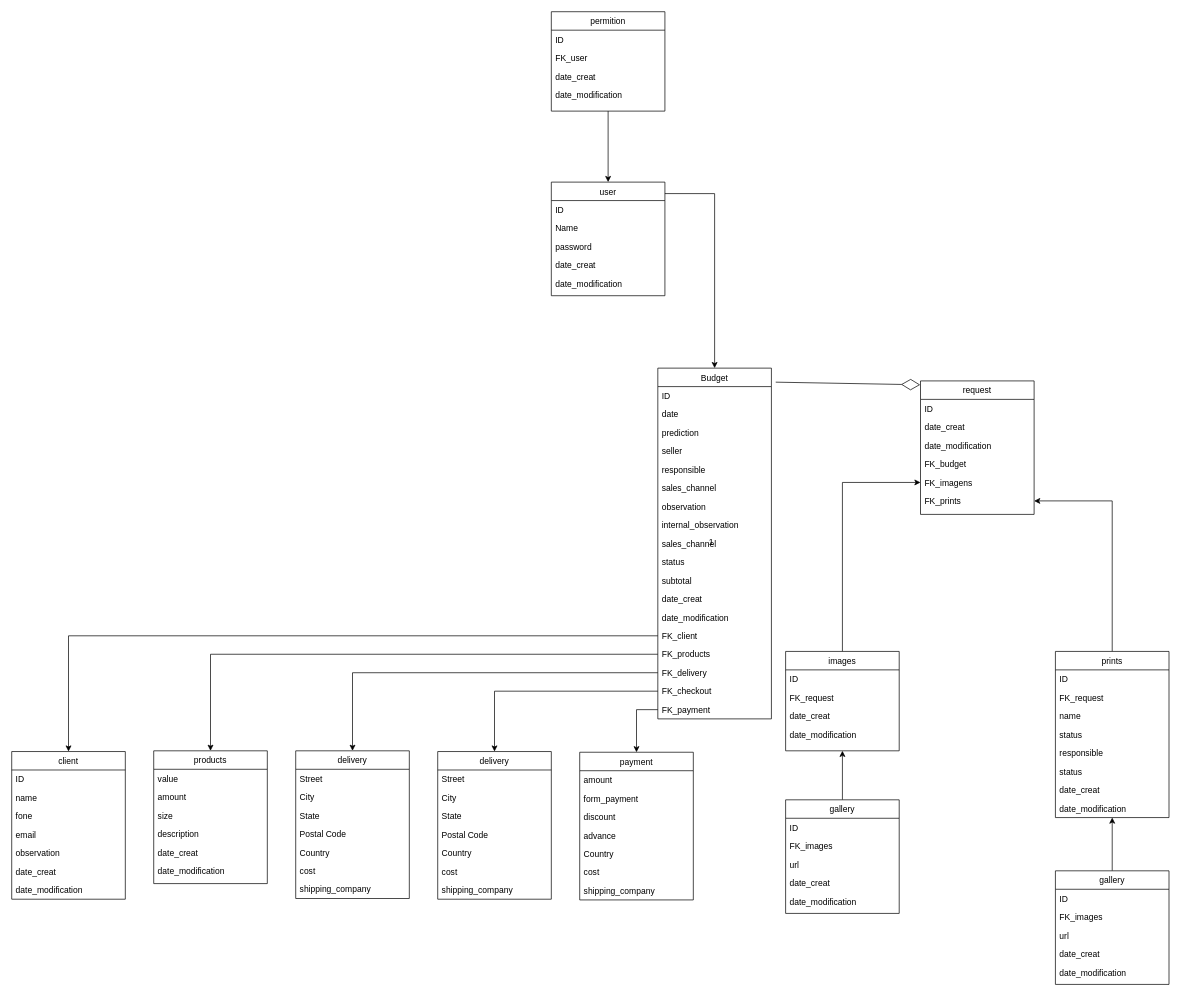
Earlier version of the draw.io diagram Diagrama sem nome.drawio (Ninguem2k/Aula-platica-POO-JAVA). Source tidied: cells renumbered, new cells numbered last; positions are measured from the earlier drawing's top-left corner, leaving out a move shared by most shapes. Both pictures are drawn from the tidied source at 71%, with x=0, y=0 at pixel (11, 11).
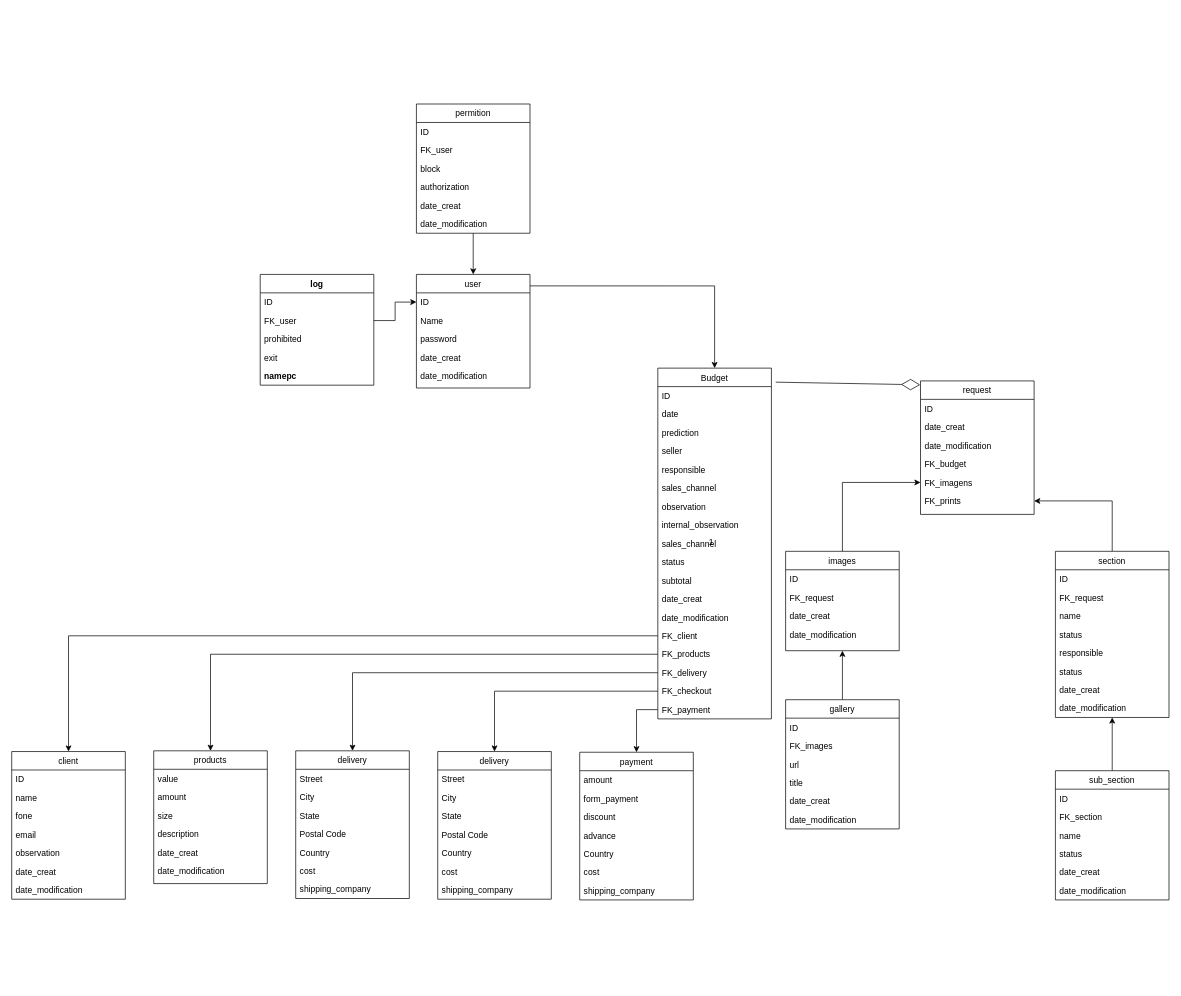
After the change.

Unchanged cells that the change refers to:
```xml
<mxCell id="106" value="ID" style="text;align=left;verticalAlign=top;spacingLeft=4;spacingRight=4;overflow=hidden;points=[[0,0.5],[1,0.5]];portConstraint=eastwest;" parent="105" vertex="1">
  <mxGeometry y="26" width="160" height="26" as="geometry" />
</mxCell>
```

Diff of the diagram source:
```diff
@@
     <mxCell id="3" value="gallery" style="swimlane;fontStyle=0;align=center;verticalAlign=top;horizontal=1;startSize=26;rounded=0;shadow=0;strokeWidth=1;" parent="1" vertex="1">
-      <mxGeometry x="1090" y="1110" width="160" height="160" as="geometry" />
+      <mxGeometry x="1090" y="969" width="160" height="182" as="geometry" />
     </mxCell>
@@
+    <mxCell id="117" value="title" style="text;align=left;verticalAlign=top;spacingLeft=4;spacingRight=4;overflow=hidden;rounded=0;shadow=0;html=0;" parent="3" vertex="1">
+      <mxGeometry y="104" width="160" height="26" as="geometry" />
+    </mxCell>
     <mxCell id="7" value="date_creat" style="text;align=left;verticalAlign=top;spacingLeft=4;spacingRight=4;overflow=hidden;rounded=0;shadow=0;html=0;" parent="3" vertex="1">
-      <mxGeometry y="104" width="160" height="26" as="geometry" />
+      <mxGeometry y="130" width="160" height="26" as="geometry" />
     </mxCell>
     <mxCell id="8" value="date_modification" style="text;align=left;verticalAlign=top;spacingLeft=4;spacingRight=4;overflow=hidden;rounded=0;shadow=0;html=0;" parent="3" vertex="1">
-      <mxGeometry y="130" width="160" height="26" as="geometry" />
+      <mxGeometry y="156" width="160" height="26" as="geometry" />
     </mxCell>
@@
     <mxCell id="30" value="images" style="swimlane;fontStyle=0;align=center;verticalAlign=top;horizontal=1;startSize=26;rounded=0;shadow=0;strokeWidth=1;" parent="1" vertex="1">
-      <mxGeometry x="1090" y="901" width="160" height="140" as="geometry" />
+      <mxGeometry x="1090" y="760" width="160" height="140" as="geometry" />
     </mxCell>
@@
-    <mxCell id="88" value="gallery" style="swimlane;fontStyle=0;align=center;verticalAlign=top;horizontal=1;startSize=26;rounded=0;shadow=0;strokeWidth=1;" parent="1" vertex="1">
-      <mxGeometry x="1470" y="1210" width="160" height="160" as="geometry" />
+    <mxCell id="88" value="sub_section" style="swimlane;fontStyle=0;align=center;verticalAlign=top;horizontal=1;startSize=26;rounded=0;shadow=0;strokeWidth=1;" parent="1" vertex="1">
+      <mxGeometry x="1470" y="1069" width="160" height="182" as="geometry" />
     </mxCell>
@@
-    <mxCell id="90" value="FK_images" style="text;align=left;verticalAlign=top;spacingLeft=4;spacingRight=4;overflow=hidden;rounded=0;shadow=0;html=0;" parent="88" vertex="1">
+    <mxCell id="90" value="FK_section" style="text;align=left;verticalAlign=top;spacingLeft=4;spacingRight=4;overflow=hidden;rounded=0;shadow=0;html=0;" parent="88" vertex="1">
       <mxGeometry y="52" width="160" height="26" as="geometry" />
     </mxCell>
-    <mxCell id="91" value="url" style="text;align=left;verticalAlign=top;spacingLeft=4;spacingRight=4;overflow=hidden;rounded=0;shadow=0;html=0;" parent="88" vertex="1">
+    <mxCell id="91" value="name" style="text;align=left;verticalAlign=top;spacingLeft=4;spacingRight=4;overflow=hidden;rounded=0;shadow=0;html=0;" parent="88" vertex="1">
       <mxGeometry y="78" width="160" height="26" as="geometry" />
     </mxCell>
+    <mxCell id="118" value="status" style="text;align=left;verticalAlign=top;spacingLeft=4;spacingRight=4;overflow=hidden;rounded=0;shadow=0;html=0;" parent="88" vertex="1">
+      <mxGeometry y="104" width="160" height="26" as="geometry" />
+    </mxCell>
     <mxCell id="92" value="date_creat" style="text;align=left;verticalAlign=top;spacingLeft=4;spacingRight=4;overflow=hidden;rounded=0;shadow=0;html=0;" parent="88" vertex="1">
-      <mxGeometry y="104" width="160" height="26" as="geometry" />
+      <mxGeometry y="130" width="160" height="26" as="geometry" />
     </mxCell>
     <mxCell id="93" value="date_modification" style="text;align=left;verticalAlign=top;spacingLeft=4;spacingRight=4;overflow=hidden;rounded=0;shadow=0;html=0;" parent="88" vertex="1">
-      <mxGeometry y="130" width="160" height="26" as="geometry" />
+      <mxGeometry y="156" width="160" height="26" as="geometry" />
     </mxCell>
@@
-    <mxCell id="95" value="prints" style="swimlane;fontStyle=0;align=center;verticalAlign=top;horizontal=1;startSize=26;rounded=0;shadow=0;strokeWidth=1;" parent="1" vertex="1">
-      <mxGeometry x="1470" y="901" width="160" height="234" as="geometry" />
+    <mxCell id="95" value="section" style="swimlane;fontStyle=0;align=center;verticalAlign=top;horizontal=1;startSize=26;rounded=0;shadow=0;strokeWidth=1;" parent="1" vertex="1">
+      <mxGeometry x="1470" y="760" width="160" height="234" as="geometry" />
     </mxCell>
@@
     <mxCell id="105" value="user&#10;" style="swimlane;fontStyle=0;align=center;verticalAlign=top;horizontal=1;startSize=26;rounded=0;shadow=0;strokeWidth=1;" parent="1" vertex="1">
-      <mxGeometry x="760" y="240" width="160" height="160" as="geometry" />
+      <mxGeometry x="570" y="370" width="160" height="160" as="geometry" />
     </mxCell>
@@
     <mxCell id="112" value="permition" style="swimlane;fontStyle=0;align=center;verticalAlign=top;horizontal=1;startSize=26;rounded=0;shadow=0;strokeWidth=1;" parent="1" vertex="1">
-      <mxGeometry x="760" width="160" height="140" as="geometry" />
+      <mxGeometry x="570" y="130" width="160" height="182" as="geometry" />
     </mxCell>
@@
+    <mxCell id="119" value="block" style="text;align=left;verticalAlign=top;spacingLeft=4;spacingRight=4;overflow=hidden;rounded=0;shadow=0;html=0;" parent="112" vertex="1">
+      <mxGeometry y="78" width="160" height="26" as="geometry" />
+    </mxCell>
+    <mxCell id="120" value="authorization" style="text;align=left;verticalAlign=top;spacingLeft=4;spacingRight=4;overflow=hidden;rounded=0;shadow=0;html=0;" parent="112" vertex="1">
+      <mxGeometry y="104" width="160" height="26" as="geometry" />
+    </mxCell>
     <mxCell id="115" value="date_creat" style="text;align=left;verticalAlign=top;spacingLeft=4;spacingRight=4;overflow=hidden;rounded=0;shadow=0;html=0;" parent="112" vertex="1">
-      <mxGeometry y="78" width="160" height="26" as="geometry" />
+      <mxGeometry y="130" width="160" height="26" as="geometry" />
     </mxCell>
     <mxCell id="116" value="date_modification" style="text;align=left;verticalAlign=top;spacingLeft=4;spacingRight=4;overflow=hidden;rounded=0;shadow=0;html=0;" parent="112" vertex="1">
-      <mxGeometry y="104" width="160" height="26" as="geometry" />
+      <mxGeometry y="156" width="160" height="26" as="geometry" />
     </mxCell>
+    <mxCell id="121" value="log" style="swimlane;fontStyle=1;align=center;verticalAlign=top;horizontal=1;startSize=26;rounded=0;shadow=0;strokeWidth=1;" parent="1" vertex="1">
+      <mxGeometry x="350" y="370" width="160" height="156" as="geometry" />
+    </mxCell>
+    <mxCell id="122" value="ID" style="text;align=left;verticalAlign=top;spacingLeft=4;spacingRight=4;overflow=hidden;" parent="121" vertex="1">
+      <mxGeometry y="26" width="160" height="26" as="geometry" />
+    </mxCell>
+    <mxCell id="123" value="FK_user" style="text;align=left;verticalAlign=top;spacingLeft=4;spacingRight=4;overflow=hidden;points=[[0,0.5],[1,0.5]];portConstraint=eastwest;" parent="121" vertex="1">
+      <mxGeometry y="52" width="160" height="26" as="geometry" />
+    </mxCell>
+    <mxCell id="124" value="prohibited" style="text;align=left;verticalAlign=top;spacingLeft=4;spacingRight=4;overflow=hidden;" parent="121" vertex="1">
+      <mxGeometry y="78" width="160" height="26" as="geometry" />
+    </mxCell>
+    <mxCell id="125" value="exit" style="text;align=left;verticalAlign=top;spacingLeft=4;spacingRight=4;overflow=hidden;rounded=0;shadow=0;html=0;" parent="121" vertex="1">
+      <mxGeometry y="104" width="160" height="26" as="geometry" />
+    </mxCell>
+    <mxCell id="126" value="namepc" style="text;align=left;verticalAlign=top;spacingLeft=4;spacingRight=4;overflow=hidden;rounded=0;shadow=0;html=0;fontStyle=1;" parent="121" vertex="1">
+      <mxGeometry y="130" width="160" height="26" as="geometry" />
+    </mxCell>
+    <mxCell id="127" style="edgeStyle=orthogonalEdgeStyle;rounded=0;jettySize=auto;html=1;" parent="1" edge="1" source="123" target="106">
+      <mxGeometry relative="1" as="geometry" />
+    </mxCell>
```
